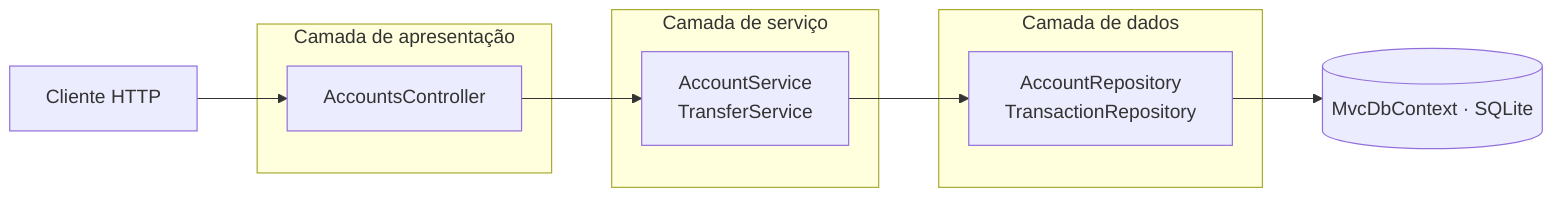
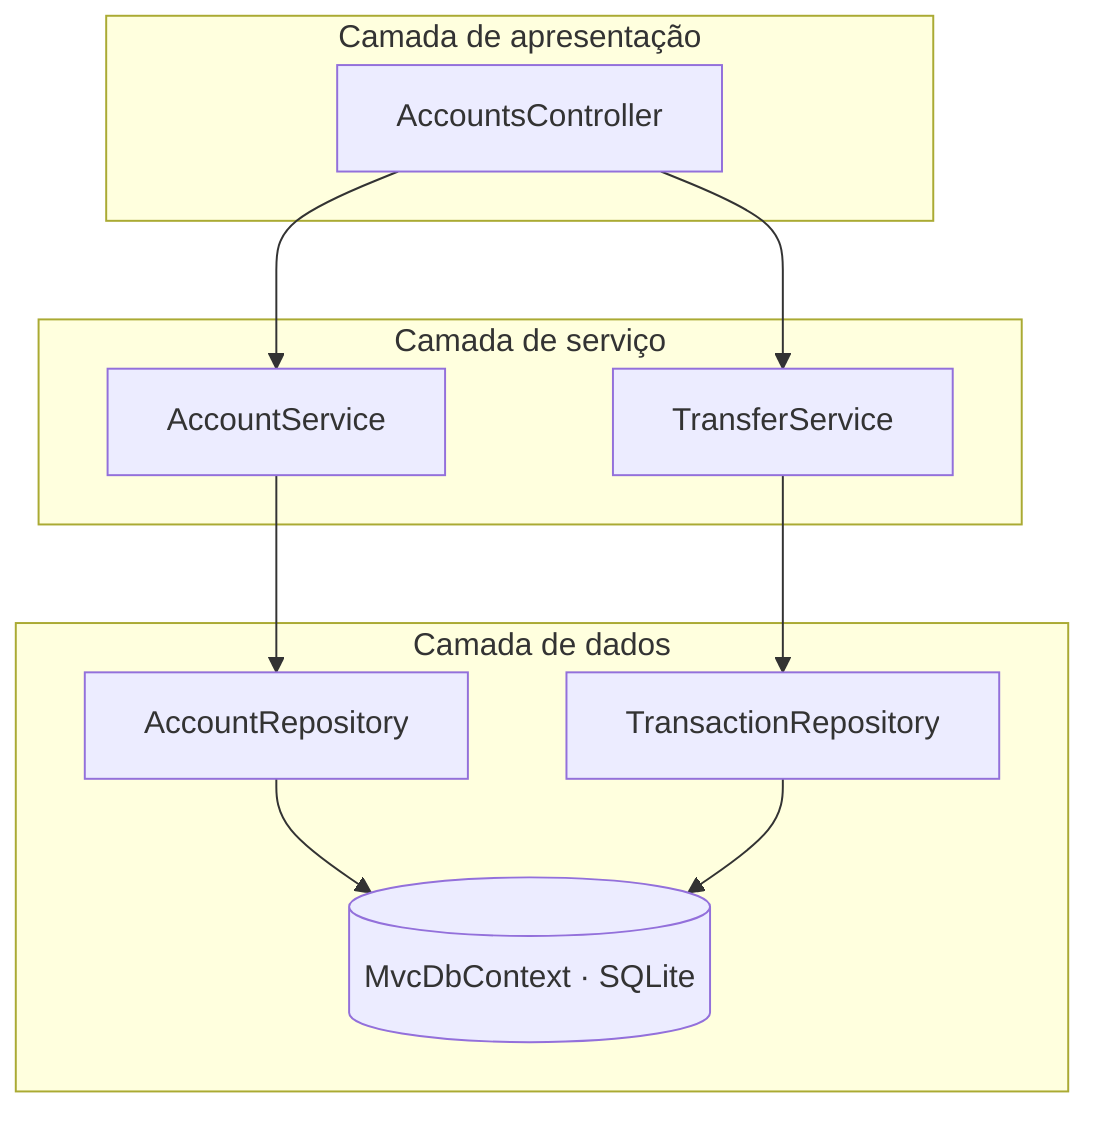
- flowchart LR
-     Client["Cliente HTTP"]
- 
+ flowchart TB
    subgraph ap["Camada de apresentação"]
      Controller["AccountsController"]
    end
+ 
    subgraph sv["Camada de serviço"]
-       Service["AccountService<br/>TransferService"]
-     end
-     subgraph dt["Camada de dados"]
-       Repo["AccountRepository<br/>TransactionRepository"]
+       AS["AccountService"]
+       TS["TransferService"]
    end

-     Db[("MvcDbContext · SQLite")]
+     subgraph dt["Camada de dados"]
+       AR["AccountRepository"]
+       TR["TransactionRepository"]
+       Db[("MvcDbContext · SQLite")]
+       AR --> Db
+       TR --> Db
+     end

-     Client --> Controller
-     Controller --> Service
-     Service --> Repo
-     Repo --> Db
+     Controller --> AS
+     Controller --> TS
+     AS --> AR
+     TS --> TR
